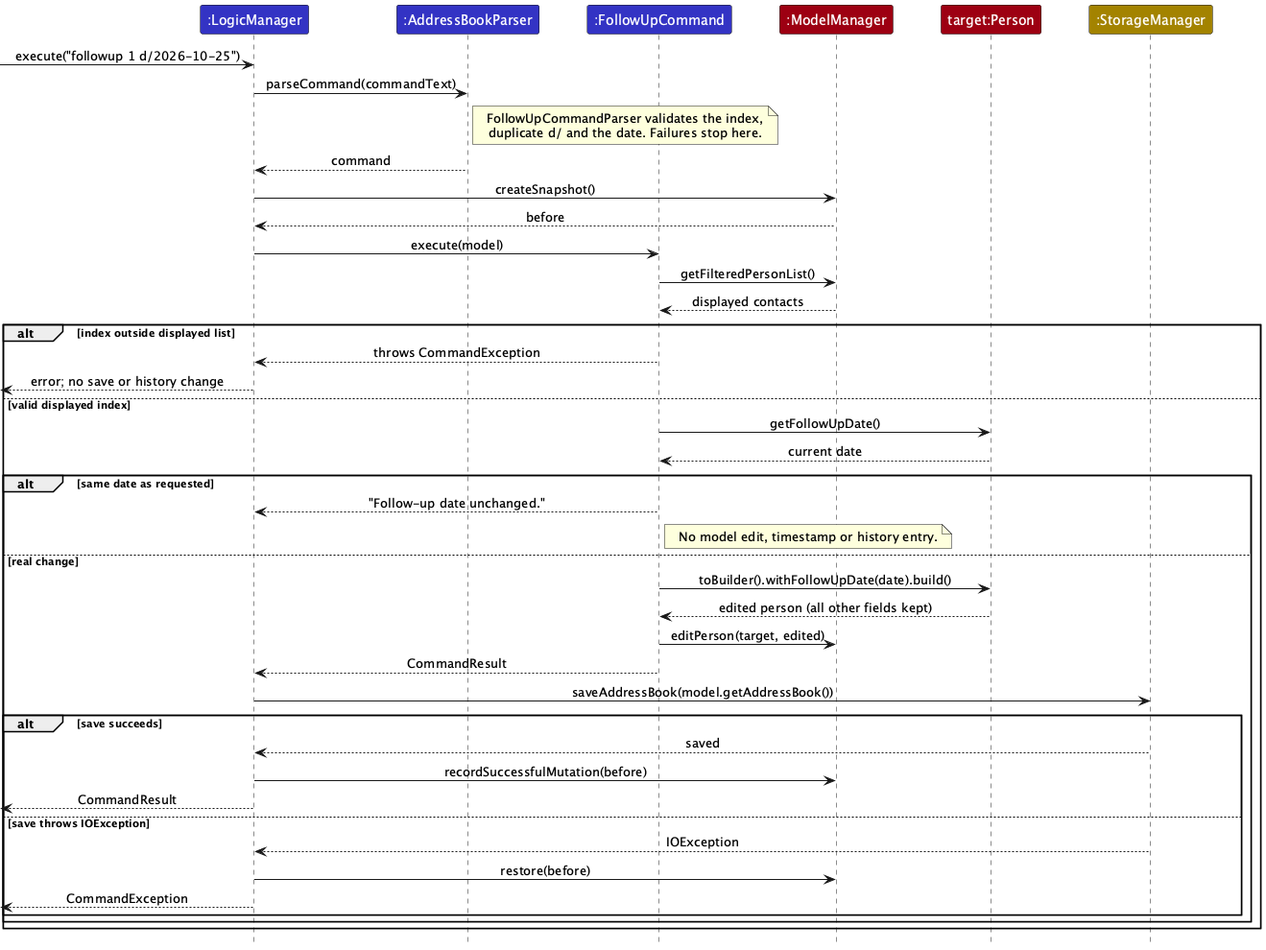
This is docs/images/FollowUpSequenceDiagram.png from AY2627S1-CS2103T-W12-2/tp, a PlantUML export, as it was before one commit. Source of this version:
```plantuml
@startuml
!include style.puml
skinparam ArrowFontStyle plain

participant ":LogicManager" as Logic LOGIC_COLOR
participant ":AddressBookParser" as Parser LOGIC_COLOR
participant ":FollowUpCommand" as Command LOGIC_COLOR
participant ":ModelManager" as Model MODEL_COLOR
participant "target:Person" as Target MODEL_COLOR
participant ":StorageManager" as Storage STORAGE_COLOR

[-> Logic : execute("followup 1 d/2026-10-25")
Logic -> Parser : parseCommand(commandText)
note right of Parser
  FollowUpCommandParser validates the index,
  duplicate d/ and the date. Failures stop here.
end note
Parser --> Logic : command
Logic -> Model : createSnapshot()
Model --> Logic : before
Logic -> Command : execute(model)
Command -> Model : getFilteredPersonList()
Model --> Command : displayed contacts
alt index outside displayed list
    Command --> Logic : throws CommandException
    [<-- Logic : error; no save or history change
else valid displayed index
    Command -> Target : getFollowUpDate()
    Target --> Command : current date
    alt same date as requested
        Command --> Logic : "Follow-up date unchanged."
        note right of Command : No model edit, timestamp or history entry.
    else real change
        Command -> Target : toBuilder().withFollowUpDate(date).build()
        Target --> Command : edited person (all other fields kept)
        Command -> Model : editPerson(target, edited)
        Command --> Logic : CommandResult
        Logic -> Storage : saveAddressBook(model.getAddressBook())
        alt save succeeds
            Storage --> Logic : saved
            Logic -> Model : recordSuccessfulMutation(before)
            [<-- Logic : CommandResult
        else save throws IOException
            Storage --> Logic : IOException
            Logic -> Model : restore(before)
            [<-- Logic : CommandException
        end
    end
end
@enduml
```
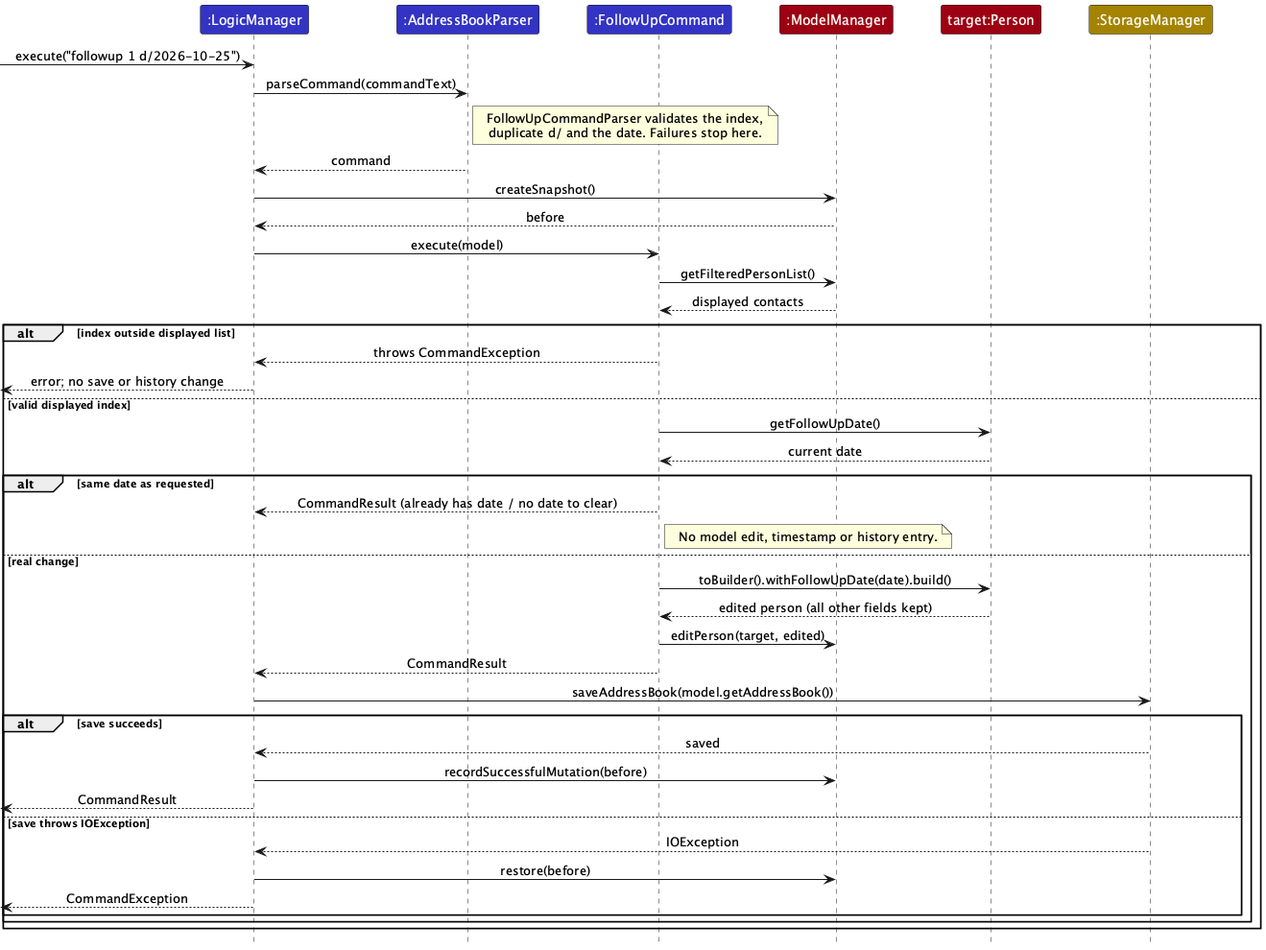
Later version of the same file.

Commit message:
Docs: Re-render follow-up sequence diagram

The committed FollowUpSequenceDiagram.png still showed the old
"Follow-up date unchanged." label, so the published Developer Guide did
not match the updated .puml.

Let's,
* re-render the PNG from docs/diagrams/FollowUpSequenceDiagram.puml with
  PlantUML 1.2024.7

The Pages build only renders the undo/redo diagrams, so the PNG has to
be committed.

Change to the diagram source:
```diff
@@ -28,7 +28,7 @@
     Command -> Target : getFollowUpDate()
     Target --> Command : current date
     alt same date as requested
-        Command --> Logic : "Follow-up date unchanged."
+        Command --> Logic : CommandResult (already has date / no date to clear)
         note right of Command : No model edit, timestamp or history entry.
     else real change
         Command -> Target : toBuilder().withFollowUpDate(date).build()
```
